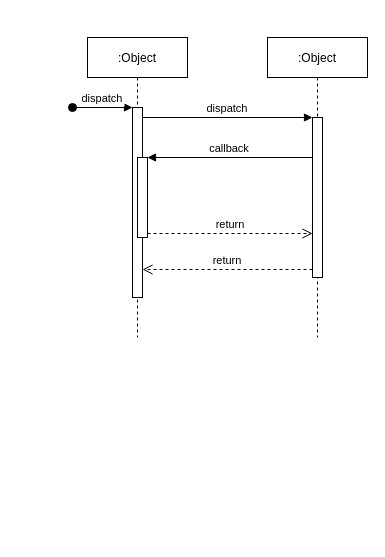
The draw.io diagram Untitled Diagram.drawio in Francesco7760/UNITY_PROJECT_EXAM, before the edit. Source tidied: cells renumbered, new cells numbered last; positions are measured from the earlier drawing's top-left corner, leaving out a move shared by most shapes. Both pictures are drawn from the tidied source at 100%, with x=0, y=0 at pixel (72, 37).
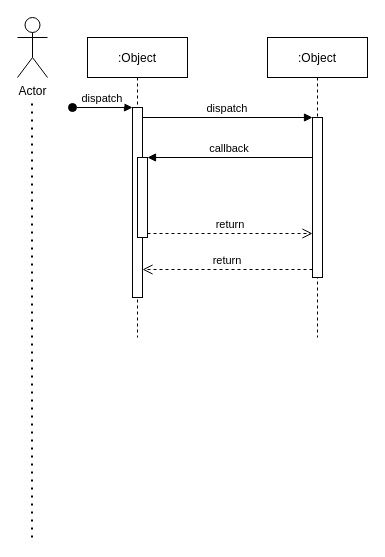
The same page after the edit.

Diff of the diagram source:
```diff
@@
 <mxGraphModel>
   <root>
     <mxCell id="0" />
     <mxCell id="1" parent="0" />
     <mxCell id="2" value=":Object" style="shape=umlLifeline;perimeter=lifelinePerimeter;rounded=0;shadow=0;strokeWidth=1;" parent="1" vertex="1">
       <mxGeometry x="15" width="100" height="300" as="geometry" />
     </mxCell>
     <mxCell id="3" style="points=[];perimeter=orthogonalPerimeter;rounded=0;shadow=0;strokeWidth=1;" parent="2" vertex="1">
       <mxGeometry x="45" y="70" width="10" height="190" as="geometry" />
     </mxCell>
     <mxCell id="4" value="dispatch" style="verticalAlign=bottom;startArrow=oval;endArrow=block;startSize=8;shadow=0;strokeWidth=1;" parent="2" edge="1" target="3">
       <mxGeometry relative="1" as="geometry">
         <mxPoint x="-15" y="70" as="sourcePoint" />
       </mxGeometry>
     </mxCell>
     <mxCell id="5" style="points=[];perimeter=orthogonalPerimeter;rounded=0;shadow=0;strokeWidth=1;" parent="2" vertex="1">
       <mxGeometry x="50" y="120" width="10" height="80" as="geometry" />
     </mxCell>
     <mxCell id="6" value=":Object" style="shape=umlLifeline;perimeter=lifelinePerimeter;rounded=0;shadow=0;strokeWidth=1;" parent="1" vertex="1">
       <mxGeometry x="195" width="100" height="300" as="geometry" />
     </mxCell>
     <mxCell id="7" style="points=[];perimeter=orthogonalPerimeter;rounded=0;shadow=0;strokeWidth=1;" parent="6" vertex="1">
       <mxGeometry x="45" y="80" width="10" height="160" as="geometry" />
     </mxCell>
     <mxCell id="8" value="return" style="verticalAlign=bottom;endArrow=open;dashed=1;endSize=8;exitX=0;exitY=0.95;shadow=0;strokeWidth=1;" parent="1" edge="1" source="7" target="3">
       <mxGeometry relative="1" as="geometry" />
     </mxCell>
     <mxCell id="9" value="dispatch" style="verticalAlign=bottom;endArrow=block;entryX=0;entryY=0;shadow=0;strokeWidth=1;" parent="1" edge="1" source="3" target="7">
       <mxGeometry relative="1" as="geometry" />
     </mxCell>
     <mxCell id="10" value="callback" style="verticalAlign=bottom;endArrow=block;entryX=1;entryY=0;shadow=0;strokeWidth=1;" parent="1" edge="1" source="7" target="5">
       <mxGeometry relative="1" as="geometry" />
     </mxCell>
     <mxCell id="11" value="return" style="verticalAlign=bottom;endArrow=open;dashed=1;endSize=8;exitX=1;exitY=0.95;shadow=0;strokeWidth=1;" parent="1" edge="1" source="5" target="7">
       <mxGeometry relative="1" as="geometry" />
     </mxCell>
+    <mxCell id="12" value="Actor" style="shape=umlActor;verticalLabelPosition=bottom;verticalAlign=top;html=1;" parent="1" vertex="1">
+      <mxGeometry x="-55" y="-20" width="30" height="60" as="geometry" />
+    </mxCell>
+    <mxCell id="13" style="endArrow=none;dashed=1;html=1;dashPattern=1 3;strokeWidth=2;rounded=0;" parent="1" edge="1">
+      <mxGeometry relative="1" as="geometry">
+        <mxPoint x="-40.5" y="500" as="sourcePoint" />
+        <mxPoint x="-40.5" y="60" as="targetPoint" />
+      </mxGeometry>
+    </mxCell>
   </root>
 </mxGraphModel>
```
